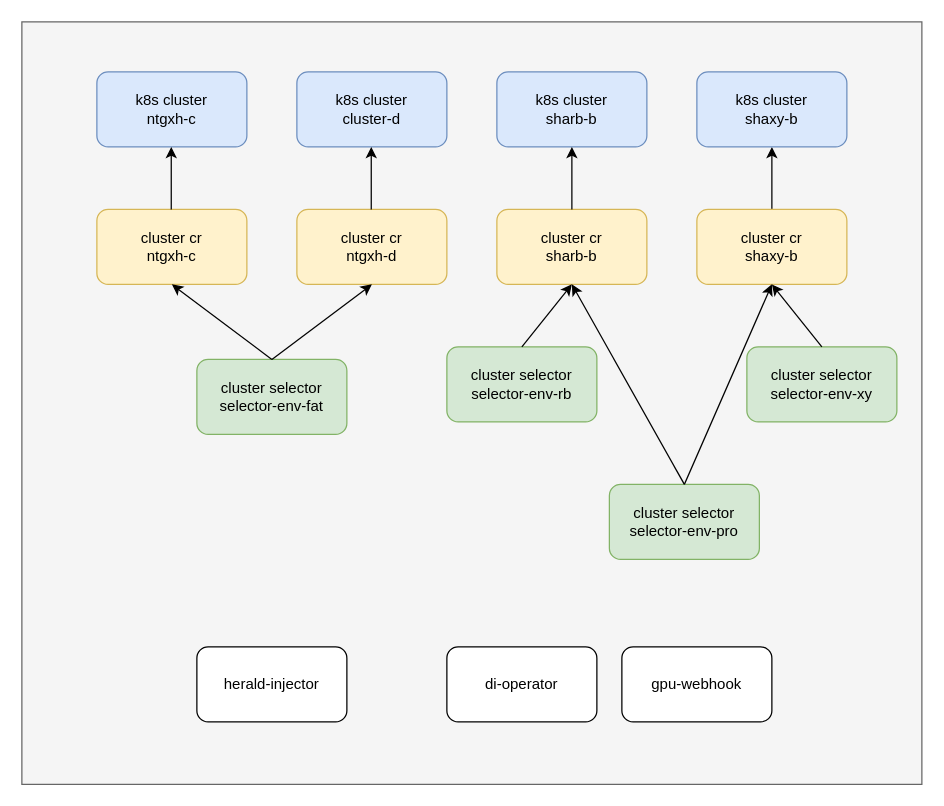
Earlier version of the draw.io diagram cluster-selector.drawio (YanshanSong/draw.io). Source tidied: cells renumbered, new cells numbered last; positions are measured from the earlier drawing's top-left corner, leaving out a move shared by most shapes. Both pictures are drawn from the tidied source at 125%, with x=0, y=0 at pixel (21, 21).
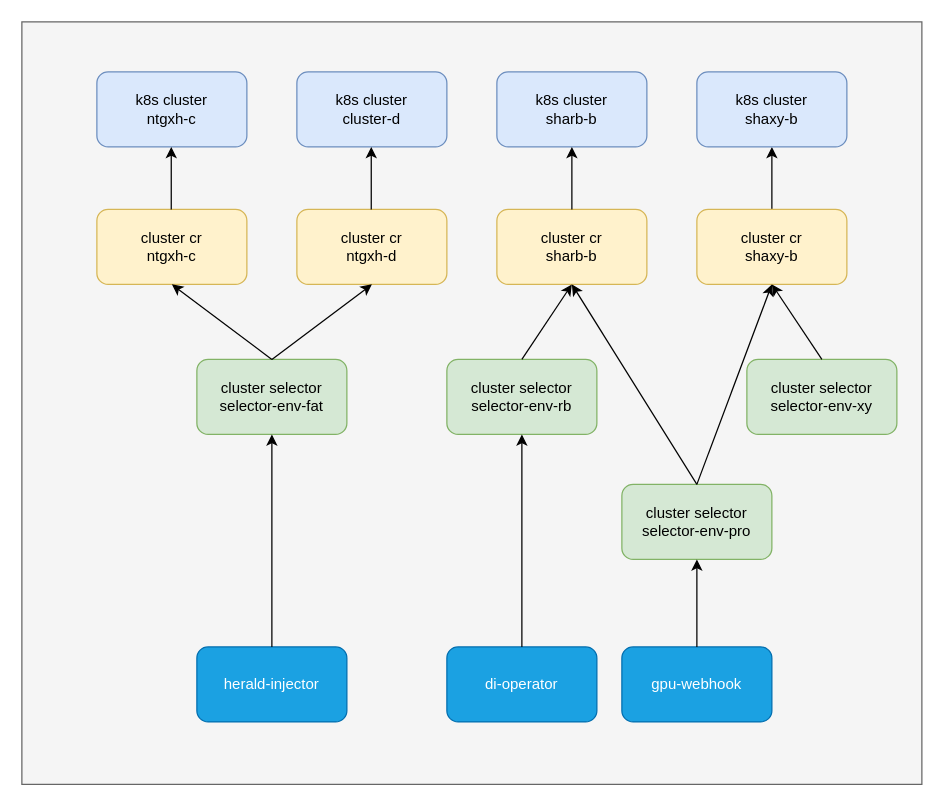
After the change.

Unchanged cells that the change refers to:
```xml
<mxCell id="15" value="cluster selector&lt;br&gt;selector-env-fat" style="rounded=1;whiteSpace=wrap;html=1;fillColor=#d5e8d4;strokeColor=#82b366;" parent="1" vertex="1">
  <mxGeometry x="140" y="270" width="120" height="60" as="geometry" />
</mxCell>
```

Diff of the diagram source:
```diff
@@
     <mxCell id="16" value="cluster selector&lt;br&gt;selector-env-pro" style="rounded=1;whiteSpace=wrap;html=1;fillColor=#d5e8d4;strokeColor=#82b366;" parent="1" vertex="1">
-      <mxGeometry x="470" y="370" width="120" height="60" as="geometry" />
+      <mxGeometry x="480" y="370" width="120" height="60" as="geometry" />
     </mxCell>
@@
     <mxCell id="21" value="cluster selector&lt;br&gt;selector-env-rb" style="rounded=1;whiteSpace=wrap;html=1;fillColor=#d5e8d4;strokeColor=#82b366;" parent="1" vertex="1">
-      <mxGeometry x="340" y="260" width="120" height="60" as="geometry" />
+      <mxGeometry x="340" y="270" width="120" height="60" as="geometry" />
     </mxCell>
@@
     <mxCell id="23" value="cluster selector&lt;br&gt;selector-env-xy" style="rounded=1;whiteSpace=wrap;html=1;fillColor=#d5e8d4;strokeColor=#82b366;" parent="1" vertex="1">
-      <mxGeometry x="580" y="260" width="120" height="60" as="geometry" />
+      <mxGeometry x="580" y="270" width="120" height="60" as="geometry" />
     </mxCell>
@@
-    <mxCell id="26" value="di-operator" style="rounded=1;whiteSpace=wrap;html=1;" parent="1" vertex="1">
+    <mxCell id="26" value="di-operator" style="rounded=1;whiteSpace=wrap;html=1;fillColor=#1ba1e2;fontColor=#ffffff;strokeColor=#006EAF;" parent="1" vertex="1">
       <mxGeometry x="340" y="500" width="120" height="60" as="geometry" />
     </mxCell>
-    <mxCell id="27" value="gpu-webhook" style="rounded=1;whiteSpace=wrap;html=1;" parent="1" vertex="1">
+    <mxCell id="27" value="gpu-webhook" style="rounded=1;whiteSpace=wrap;html=1;fillColor=#1ba1e2;fontColor=#ffffff;strokeColor=#006EAF;" parent="1" vertex="1">
       <mxGeometry x="480" y="500" width="120" height="60" as="geometry" />
     </mxCell>
-    <mxCell id="28" value="herald-injector" style="rounded=1;whiteSpace=wrap;html=1;" parent="1" vertex="1">
+    <mxCell id="28" value="herald-injector" style="rounded=1;whiteSpace=wrap;html=1;fillColor=#1ba1e2;fontColor=#ffffff;strokeColor=#006EAF;" parent="1" vertex="1">
       <mxGeometry x="140" y="500" width="120" height="60" as="geometry" />
     </mxCell>
+    <mxCell id="29" style="endArrow=classic;html=1;rounded=0;entryX=0.5;entryY=1;entryDx=0;entryDy=0;exitX=0.5;exitY=0;exitDx=0;exitDy=0;" parent="1" edge="1" source="28" target="15">
+      <mxGeometry relative="1" as="geometry" />
+    </mxCell>
+    <mxCell id="30" style="endArrow=classic;html=1;rounded=0;entryX=0.5;entryY=1;entryDx=0;entryDy=0;" parent="1" edge="1" source="26" target="21">
+      <mxGeometry relative="1" as="geometry" />
+    </mxCell>
+    <mxCell id="31" style="endArrow=classic;html=1;rounded=0;exitX=0.5;exitY=0;exitDx=0;exitDy=0;entryX=0.5;entryY=1;entryDx=0;entryDy=0;" parent="1" edge="1" source="27" target="16">
+      <mxGeometry relative="1" as="geometry" />
+    </mxCell>
```
